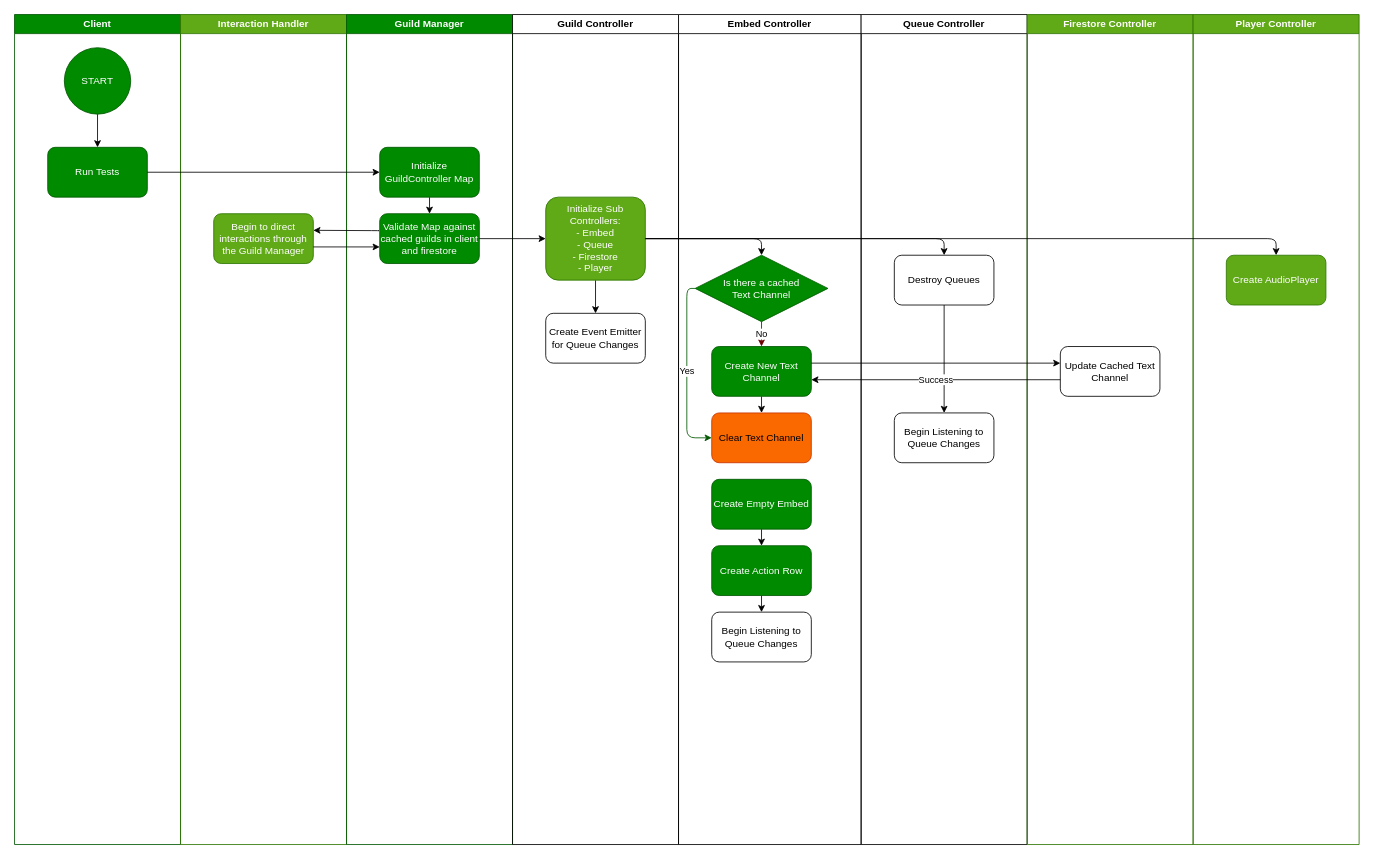
Before: planning/draw.io/Initialization_Swimlane.drawio in LukeLeimbach/music-discord-bot, a draw.io diagram. Source tidied: cells renumbered, new cells numbered last; positions are measured from the earlier drawing's top-left corner, leaving out a move shared by most shapes. Both pictures are drawn from the tidied source at 83%, with x=0, y=0 at pixel (14, 14).
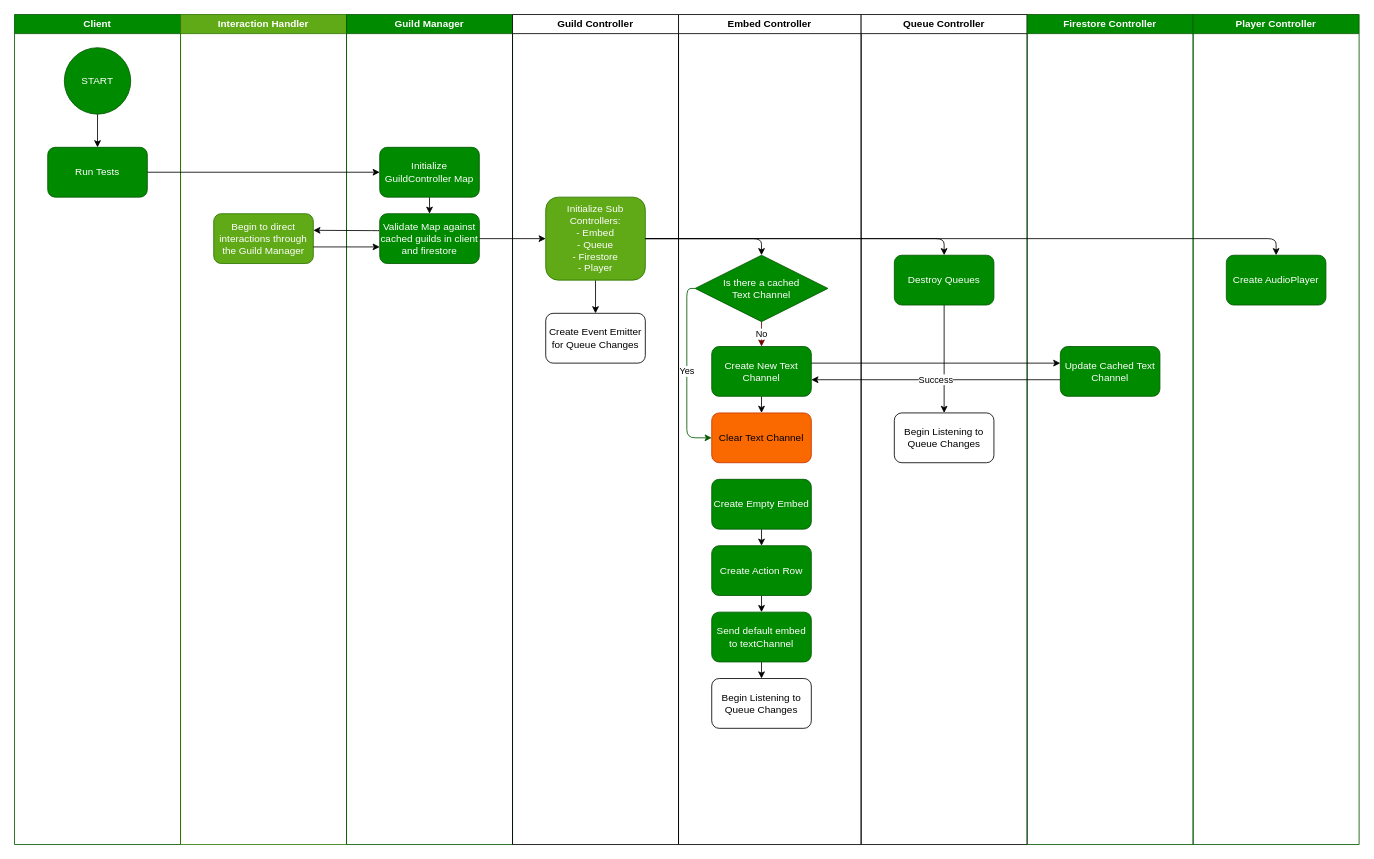
After the change.

The change refers to these unchanged cells:
```xml
<mxCell id="16" value="Embed Controller" style="swimlane;whiteSpace=wrap;html=1;" parent="1" vertex="1">
  <mxGeometry x="800" width="220" height="1000" as="geometry" />
</mxCell>
<mxCell id="20" value="Create Action Row" style="rounded=1;whiteSpace=wrap;html=1;fillColor=#008a00;fontColor=#ffffff;strokeColor=#005700;" parent="16" vertex="1">
  <mxGeometry x="40" y="640" width="120" height="60" as="geometry" />
</mxCell>
<mxCell id="28" value="Queue Controller" style="swimlane;whiteSpace=wrap;html=1;" parent="1" vertex="1">
  <mxGeometry x="1020" width="200" height="1000" as="geometry" />
</mxCell>
```

Diff of the diagram source:
```diff
@@
-    <mxCell id="19" style="edgeStyle=orthogonalEdgeStyle;html=1;exitX=0.5;exitY=1;exitDx=0;exitDy=0;entryX=0.5;entryY=0;entryDx=0;entryDy=0;" parent="16" edge="1" source="20" target="27">
-      <mxGeometry relative="1" as="geometry" />
-    </mxCell>
+    <mxCell id="45" style="edgeStyle=none;html=1;exitX=0.5;exitY=1;exitDx=0;exitDy=0;entryX=0.5;entryY=0;entryDx=0;entryDy=0;" parent="16" edge="1" source="20" target="19">
+      <mxGeometry relative="1" as="geometry" />
+    </mxCell>
@@
     <mxCell id="27" value="Begin Listening to Queue Changes" style="rounded=1;whiteSpace=wrap;html=1;" parent="16" vertex="1">
-      <mxGeometry x="40" y="720" width="120" height="60" as="geometry" />
+      <mxGeometry x="40" y="800" width="120" height="60" as="geometry" />
     </mxCell>
+    <mxCell id="46" style="edgeStyle=none;html=1;exitX=0.5;exitY=1;exitDx=0;exitDy=0;" parent="16" edge="1" source="19" target="27">
+      <mxGeometry relative="1" as="geometry" />
+    </mxCell>
+    <mxCell id="19" value="Send default embed to textChannel" style="rounded=1;whiteSpace=wrap;html=1;fillColor=#008a00;fontColor=#ffffff;strokeColor=#005700;" parent="16" vertex="1">
+      <mxGeometry x="40" y="720" width="120" height="60" as="geometry" />
+    </mxCell>
@@
-    <mxCell id="30" value="Destroy Queues" style="rounded=1;whiteSpace=wrap;html=1;" parent="28" vertex="1">
+    <mxCell id="30" value="Destroy Queues" style="rounded=1;whiteSpace=wrap;html=1;fillColor=#008a00;fontColor=#ffffff;strokeColor=#005700;" parent="28" vertex="1">
       <mxGeometry x="40" y="290" width="120" height="60" as="geometry" />
     </mxCell>
@@
-    <mxCell id="32" value="Firestore Controller" style="swimlane;whiteSpace=wrap;html=1;fillColor=#60a917;fontColor=#ffffff;strokeColor=#2D7600;" parent="1" vertex="1">
+    <mxCell id="32" value="Firestore Controller" style="swimlane;whiteSpace=wrap;html=1;fillColor=#008a00;fontColor=#ffffff;strokeColor=#005700;" parent="1" vertex="1">
       <mxGeometry x="1220" width="200" height="1000" as="geometry" />
     </mxCell>
-    <mxCell id="33" value="Update Cached Text Channel" style="rounded=1;whiteSpace=wrap;html=1;" parent="32" vertex="1">
+    <mxCell id="33" value="Update Cached Text Channel" style="rounded=1;whiteSpace=wrap;html=1;fillColor=#008a00;fontColor=#ffffff;strokeColor=#005700;" parent="32" vertex="1">
       <mxGeometry x="40" y="400" width="120" height="60" as="geometry" />
     </mxCell>
@@
-    <mxCell id="36" value="Player Controller" style="swimlane;whiteSpace=wrap;html=1;fillColor=#60a917;fontColor=#ffffff;strokeColor=#2D7600;" parent="1" vertex="1">
+    <mxCell id="36" value="Player Controller" style="swimlane;whiteSpace=wrap;html=1;fillColor=#008a00;fontColor=#ffffff;strokeColor=#005700;" parent="1" vertex="1">
       <mxGeometry x="1420" width="200" height="1000" as="geometry" />
     </mxCell>
-    <mxCell id="37" value="Create AudioPlayer" style="rounded=1;whiteSpace=wrap;html=1;fillColor=#60a917;fontColor=#ffffff;strokeColor=#2D7600;" parent="36" vertex="1">
+    <mxCell id="37" value="Create AudioPlayer" style="rounded=1;whiteSpace=wrap;html=1;fillColor=#008a00;fontColor=#ffffff;strokeColor=#005700;" parent="36" vertex="1">
       <mxGeometry x="40" y="290" width="120" height="60" as="geometry" />
     </mxCell>
```
